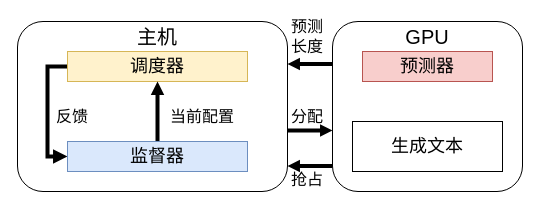
The draw.io diagram 预测.drawio in icszhr/zhr123nb.github.io, before the edit. Source tidied: cells renumbered, new cells numbered last; positions are measured from the earlier drawing's top-left corner, leaving out a move shared by most shapes. Both pictures are drawn from the tidied source at 100%, with x=0, y=0 at pixel (17, 21).
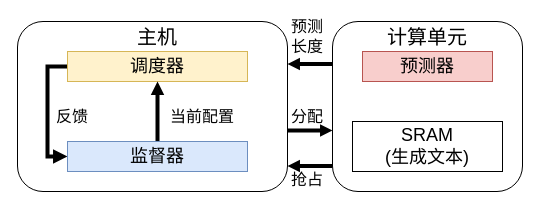
Above is the later version.

The edit, as a diff of the source:
```diff
@@
-    <mxCell id="13" value="&lt;font style=&quot;font-size: 20px;&quot;&gt;GPU&lt;/font&gt;" style="text;html=1;strokeColor=none;fillColor=none;align=center;verticalAlign=middle;whiteSpace=wrap;rounded=0;" parent="1" vertex="1">
-      <mxGeometry x="380" width="60" height="30" as="geometry" />
+    <mxCell id="13" value="&lt;span style=&quot;font-size: 20px;&quot;&gt;计算单元&lt;/span&gt;" style="text;html=1;strokeColor=none;fillColor=none;align=center;verticalAlign=middle;whiteSpace=wrap;rounded=0;" parent="1" vertex="1">
+      <mxGeometry x="365" width="90" height="30" as="geometry" />
     </mxCell>
@@
-    <mxCell id="16" value="&lt;font style=&quot;font-size: 18px;&quot;&gt;生成文本&lt;/font&gt;" style="rounded=0;whiteSpace=wrap;html=1;" parent="1" vertex="1">
+    <mxCell id="16" value="&lt;font style=&quot;font-size: 18px;&quot;&gt;SRAM&lt;br&gt;(生成文本)&lt;br&gt;&lt;/font&gt;" style="rounded=0;whiteSpace=wrap;html=1;" parent="1" vertex="1">
       <mxGeometry x="335" y="100" width="150" height="50" as="geometry" />
     </mxCell>
```
